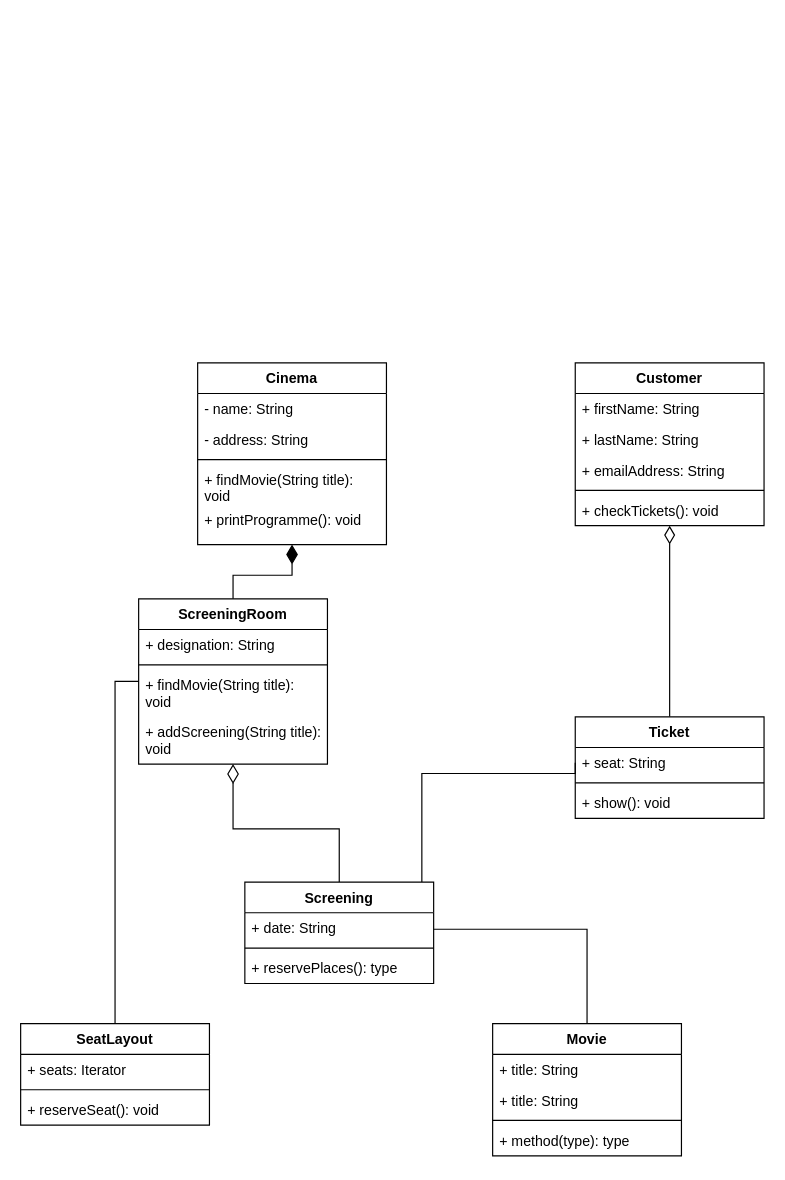
The draw.io diagram Diagram_multipleks.drawio in ElMihalk/mwo-aimo-multipleks, before the edit. Source tidied: cells renumbered, new cells numbered last; positions are measured from the earlier drawing's top-left corner, leaving out a move shared by most shapes. Both pictures are drawn from the tidied source at 118%, with x=0, y=0 at pixel (20, 362).
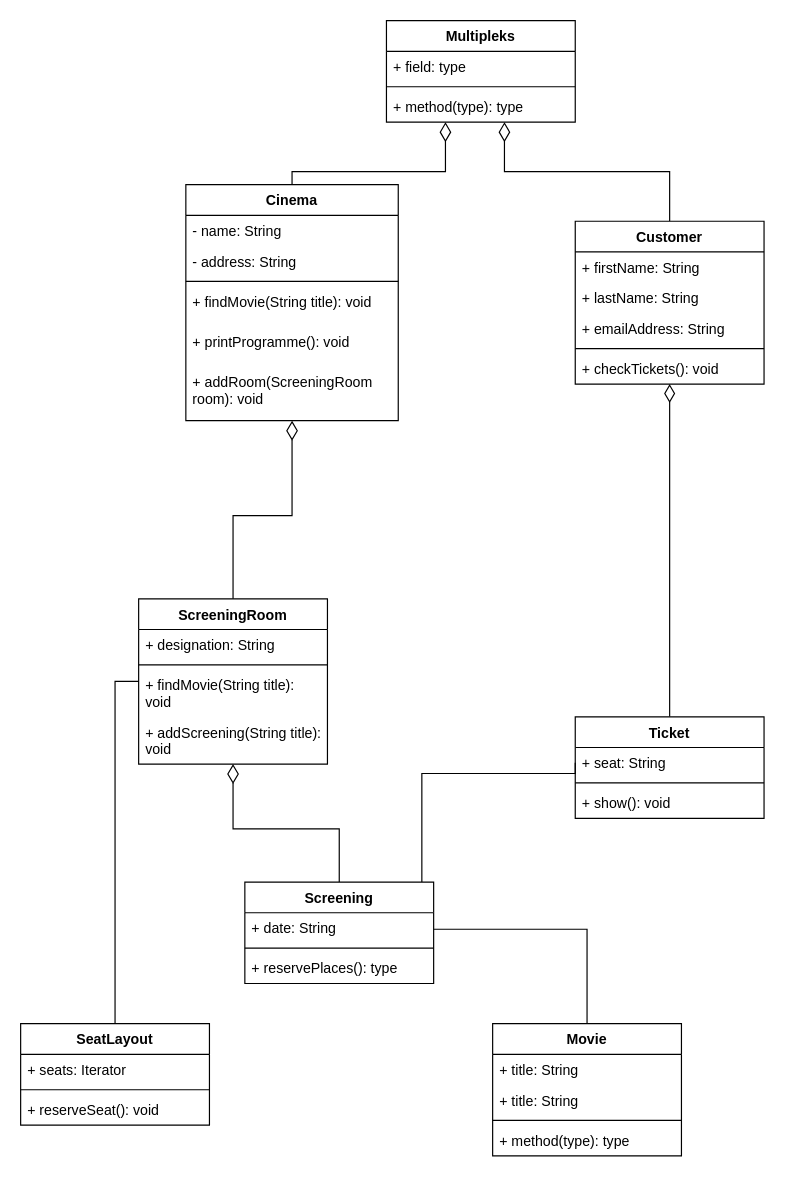
The same page after the edit.

Unchanged cells that the change refers to:
```xml
<mxCell id="19" value="ScreeningRoom" style="swimlane;fontStyle=1;align=center;verticalAlign=top;horizontal=1;startSize=26;whiteSpace=wrap;html=1;" parent="1" vertex="1">
  <mxGeometry x="100" y="200" width="160" height="140" as="geometry" />
</mxCell>
```

What changed in the source:
```diff
@@
+    <mxCell id="42" style="edgeStyle=orthogonalEdgeStyle;rounded=0;jettySize=auto;html=1;endArrow=diamondThin;endFill=0;endSize=14;" parent="1" edge="1" source="2" target="45">
+      <mxGeometry relative="1" as="geometry">
+        <Array as="points">
+          <mxPoint x="230" y="-162" />
+          <mxPoint x="360" y="-162" />
+        </Array>
+      </mxGeometry>
+    </mxCell>
     <mxCell id="2" value="Cinema" style="swimlane;fontStyle=1;align=center;verticalAlign=top;horizontal=1;startSize=26;whiteSpace=wrap;html=1;" parent="1" vertex="1">
-      <mxGeometry x="150" width="160" height="154" as="geometry" />
+      <mxGeometry x="140" y="-151" width="180" height="200" as="geometry" />
     </mxCell>
     <mxCell id="3" value="- name: String" style="text;strokeColor=none;fillColor=none;align=left;verticalAlign=top;spacingLeft=4;spacingRight=4;overflow=hidden;whiteSpace=wrap;html=1;" parent="2" vertex="1">
-      <mxGeometry y="26" width="160" height="26" as="geometry" />
+      <mxGeometry y="26" width="180" height="26" as="geometry" />
     </mxCell>
     <mxCell id="4" value="- address: String" style="text;strokeColor=none;fillColor=none;align=left;verticalAlign=top;spacingLeft=4;spacingRight=4;overflow=hidden;whiteSpace=wrap;html=1;" parent="2" vertex="1">
-      <mxGeometry y="52" width="160" height="26" as="geometry" />
+      <mxGeometry y="52" width="180" height="26" as="geometry" />
     </mxCell>
     <mxCell id="5" style="line;strokeWidth=1;fillColor=none;align=left;verticalAlign=middle;spacingTop=-1;spacingLeft=3;spacingRight=3;labelPosition=right;strokeColor=inherit;" parent="2" vertex="1">
-      <mxGeometry y="78" width="160" height="8" as="geometry" />
+      <mxGeometry y="78" width="180" height="8" as="geometry" />
     </mxCell>
     <mxCell id="6" value="+ findMovie(String title): void" style="text;strokeColor=none;fillColor=none;align=left;verticalAlign=top;spacingLeft=4;spacingRight=4;overflow=hidden;whiteSpace=wrap;html=1;" parent="2" vertex="1">
-      <mxGeometry y="86" width="160" height="34" as="geometry" />
+      <mxGeometry y="86" width="180" height="34" as="geometry" />
     </mxCell>
     <mxCell id="7" value="+ printProgramme(): void" style="text;strokeColor=none;fillColor=none;align=left;verticalAlign=top;spacingLeft=4;spacingRight=4;overflow=hidden;whiteSpace=wrap;html=1;" parent="2" vertex="1">
-      <mxGeometry y="120" width="160" height="34" as="geometry" />
+      <mxGeometry y="120" width="180" height="34" as="geometry" />
     </mxCell>
+    <mxCell id="43" value="+ addRoom(ScreeningRoom room): void" style="text;strokeColor=none;fillColor=none;align=left;verticalAlign=top;spacingLeft=4;spacingRight=4;overflow=hidden;whiteSpace=wrap;html=1;" parent="2" vertex="1">
+      <mxGeometry y="154" width="180" height="46" as="geometry" />
+    </mxCell>
@@
-    <mxCell id="24" style="edgeStyle=orthogonalEdgeStyle;rounded=0;jettySize=auto;html=1;endArrow=diamondThin;endFill=1;endSize=14;entryX=0.5;entryY=1;entryDx=0;entryDy=0;" parent="1" edge="1" source="19" target="2">
+    <mxCell id="24" style="edgeStyle=orthogonalEdgeStyle;rounded=0;jettySize=auto;html=1;endArrow=diamondThin;endFill=0;endSize=14;entryX=0.5;entryY=1;entryDx=0;entryDy=0;" parent="1" edge="1" source="19" target="2">
       <mxGeometry relative="1" as="geometry" />
     </mxCell>
@@
+    <mxCell id="44" style="edgeStyle=orthogonalEdgeStyle;rounded=0;jettySize=auto;html=1;endSize=14;endArrow=diamondThin;endFill=0;" parent="1" edge="1" source="31" target="45">
+      <mxGeometry relative="1" as="geometry">
+        <Array as="points">
+          <mxPoint x="550" y="-162" />
+          <mxPoint x="410" y="-162" />
+        </Array>
+      </mxGeometry>
+    </mxCell>
     <mxCell id="31" value="Customer" style="swimlane;fontStyle=1;align=center;verticalAlign=top;horizontal=1;startSize=26;whiteSpace=wrap;html=1;" parent="1" vertex="1">
-      <mxGeometry x="470" width="160" height="138" as="geometry" />
+      <mxGeometry x="470" y="-120" width="160" height="138" as="geometry" />
     </mxCell>
@@
+    <mxCell id="45" value="Multipleks" style="swimlane;fontStyle=1;align=center;verticalAlign=top;horizontal=1;startSize=26;whiteSpace=wrap;html=1;" parent="1" vertex="1">
+      <mxGeometry x="310" y="-290" width="160" height="86" as="geometry" />
+    </mxCell>
+    <mxCell id="46" value="+ field: type" style="text;strokeColor=none;fillColor=none;align=left;verticalAlign=top;spacingLeft=4;spacingRight=4;overflow=hidden;whiteSpace=wrap;html=1;" parent="45" vertex="1">
+      <mxGeometry y="26" width="160" height="26" as="geometry" />
+    </mxCell>
+    <mxCell id="47" style="line;strokeWidth=1;fillColor=none;align=left;verticalAlign=middle;spacingTop=-1;spacingLeft=3;spacingRight=3;labelPosition=right;strokeColor=inherit;" parent="45" vertex="1">
+      <mxGeometry y="52" width="160" height="8" as="geometry" />
+    </mxCell>
+    <mxCell id="48" value="+ method(type): type" style="text;strokeColor=none;fillColor=none;align=left;verticalAlign=top;spacingLeft=4;spacingRight=4;overflow=hidden;whiteSpace=wrap;html=1;" parent="45" vertex="1">
+      <mxGeometry y="60" width="160" height="26" as="geometry" />
+    </mxCell>
```
